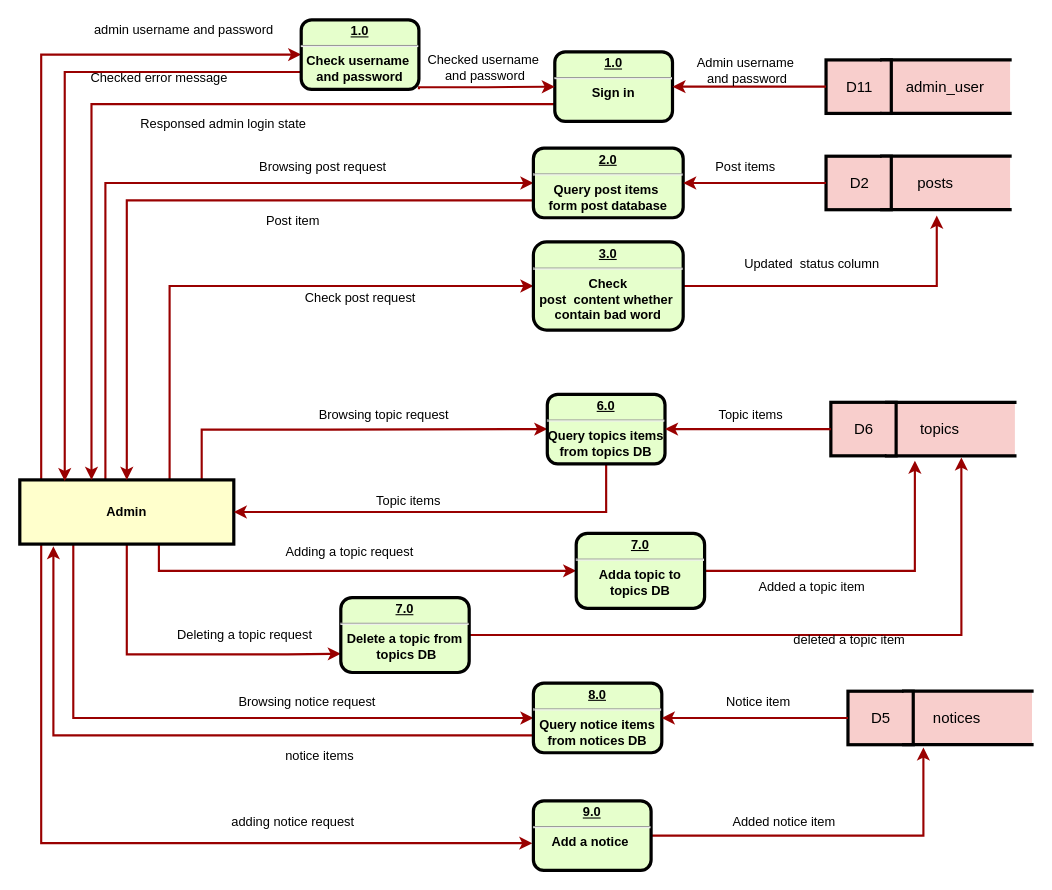
This is docs/admin.drawio from loveagri/zhihu, a draw.io file, before an edit. Source tidied: cells renumbered, new cells numbered last; positions are measured from the earlier drawing's top-left corner, leaving out a move shared by most shapes. Both pictures are drawn from the tidied source at 107%, with x=0, y=0 at pixel (19, 19).
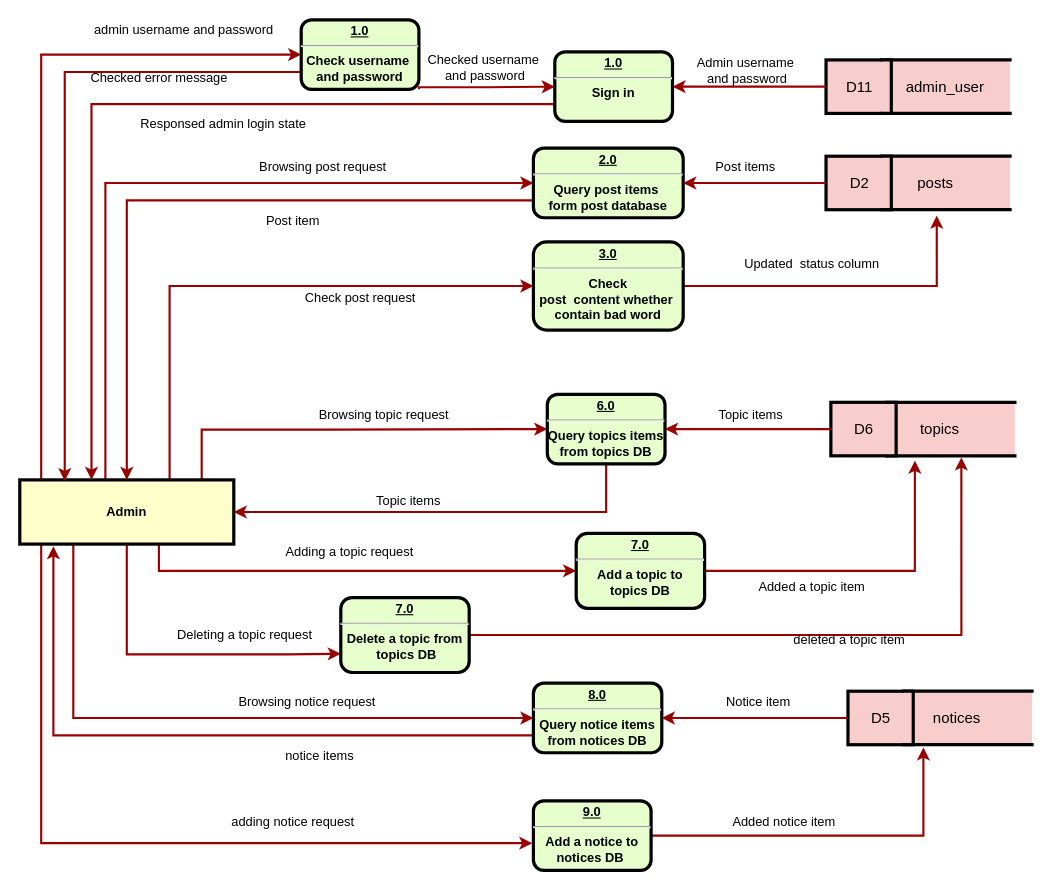
Above is the later version.

Change to the diagram source:
```diff
@@
-    <mxCell id="63" value="&lt;p style=&quot;margin: 0px ; margin-top: 4px ; text-align: center ; text-decoration: underline&quot;&gt;7.0&lt;/p&gt;&lt;hr&gt;&lt;strong&gt;Adda topic to &lt;br&gt;topics DB&lt;br&gt;&lt;/strong&gt;" style="verticalAlign=middle;align=center;overflow=fill;fontSize=12;fontFamily=Helvetica;html=1;rounded=1;fontStyle=1;strokeWidth=3;fillColor=#E6FFCC;" parent="1" vertex="1">
+    <mxCell id="63" value="&lt;p style=&quot;margin: 0px ; margin-top: 4px ; text-align: center ; text-decoration: underline&quot;&gt;7.0&lt;/p&gt;&lt;hr&gt;&lt;strong&gt;Add a topic to &lt;br&gt;topics DB&lt;br&gt;&lt;/strong&gt;" style="verticalAlign=middle;align=center;overflow=fill;fontSize=12;fontFamily=Helvetica;html=1;rounded=1;fontStyle=1;strokeWidth=3;fillColor=#E6FFCC;" parent="1" vertex="1">
       <mxGeometry x="520" y="480" width="120" height="70" as="geometry" />
     </mxCell>
@@
-    <mxCell id="67" value="&lt;p style=&quot;margin: 0px ; margin-top: 4px ; text-align: center ; text-decoration: underline&quot;&gt;9.0&lt;/p&gt;&lt;hr&gt;&lt;strong&gt;Add a notice&amp;nbsp;&lt;br&gt;&lt;/strong&gt;" style="verticalAlign=middle;align=center;overflow=fill;fontSize=12;fontFamily=Helvetica;html=1;rounded=1;fontStyle=1;strokeWidth=3;fillColor=#E6FFCC;" parent="1" vertex="1">
+    <mxCell id="67" value="&lt;p style=&quot;margin: 0px ; margin-top: 4px ; text-align: center ; text-decoration: underline&quot;&gt;9.0&lt;/p&gt;&lt;hr&gt;&lt;strong&gt;Add a notice to&lt;br&gt;notices DB&amp;nbsp;&lt;br&gt;&lt;/strong&gt;" style="verticalAlign=middle;align=center;overflow=fill;fontSize=12;fontFamily=Helvetica;html=1;rounded=1;fontStyle=1;strokeWidth=3;fillColor=#E6FFCC;" parent="1" vertex="1">
       <mxGeometry x="480" y="730" width="110" height="65" as="geometry" />
     </mxCell>
```
